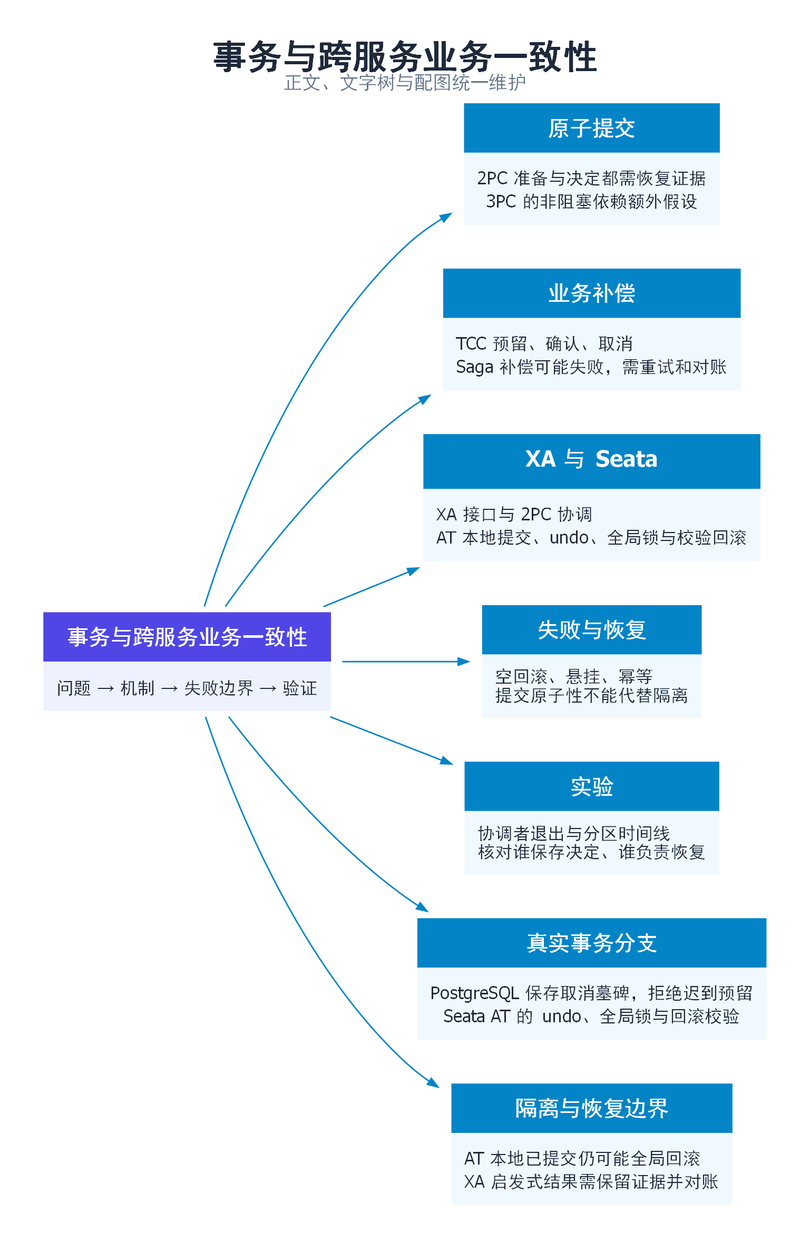
Above: 分布式系统/images/topic-06-mindmap.png in zingerWang/Jobs (Graphviz), before the change. Its source is kept beside it as 分布式系统/images/topic-06-mindmap.dot.
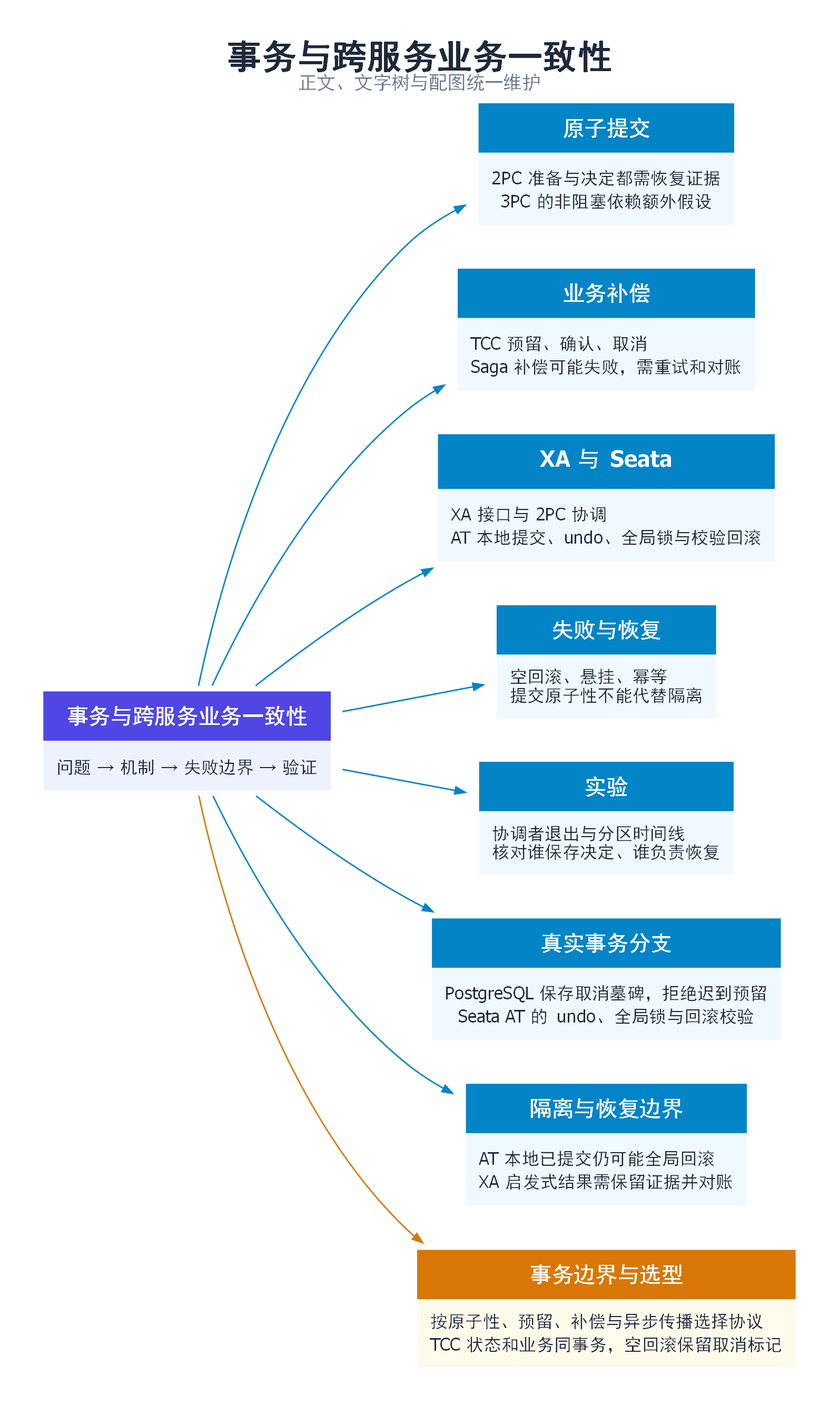
The same diagram one commit later.

Diff of the diagram source:
```diff
@@ -17,4 +17,6 @@
 root -> n4;
 root -> n5;
 root -> n6;
+engineering [label=<<TABLE BORDER="0" CELLBORDER="0" CELLSPACING="0" CELLPADDING="9"><TR><TD BGCOLOR="#D97706"><FONT COLOR="white" POINT-SIZE="15"><B>事务边界与选型</B></FONT></TD></TR><TR><TD BGCOLOR="#FFFBEB" ALIGN="LEFT"><FONT COLOR="#1E293B" POINT-SIZE="12">按原子性、预留、补偿与异步传播选择协议<BR ALIGN="LEFT"/>TCC 状态和业务同事务，空回滚保留取消标记</FONT></TD></TR></TABLE>>];
+root -> engineering [color="#D97706",fontcolor="#D97706"];
 }
```
